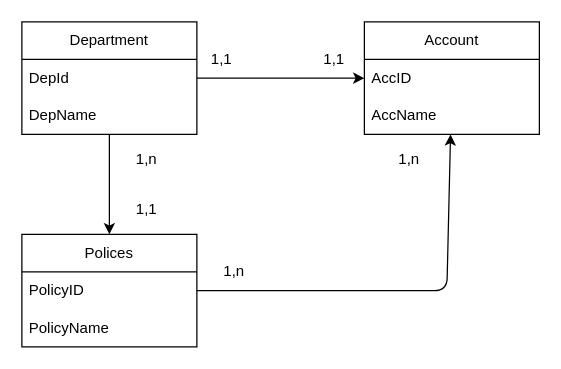
Above: page "Merise Scheme" (3 of 3) of Diagrams/DB_DiagramFlow.dio in AllGamers20/Intranet (draw.io), before the change. Source tidied: cells renumbered, new cells numbered last; positions are measured from the earlier drawing's top-left corner, leaving out a move shared by most shapes. Both pictures are drawn from the tidied source at 125%, with x=0, y=0 at pixel (21, 21).
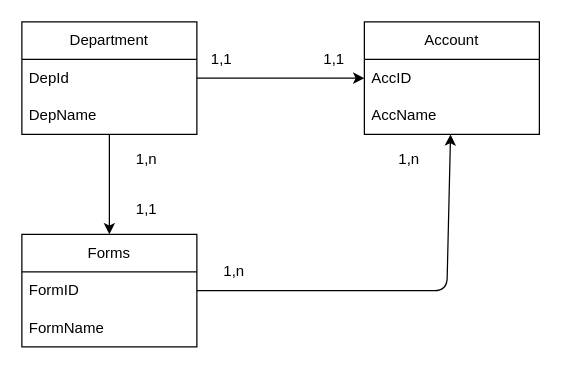
Above is the later version.

Commit message (it also covers changes not shown here):
update table polices to forms

The edit, as a diff of the source:
```diff
@@
-    <mxCell id="13" value="Polices" style="swimlane;fontStyle=0;horizontal=1;startSize=30;whiteSpace=wrap;html=1;" parent="1" vertex="1">
+    <mxCell id="13" value="Forms" style="swimlane;fontStyle=0;horizontal=1;startSize=30;whiteSpace=wrap;html=1;" parent="1" vertex="1">
       <mxGeometry y="170" width="140" height="90" as="geometry" />
     </mxCell>
-    <mxCell id="14" value="PolicyID" style="text;strokeColor=none;fillColor=none;align=left;verticalAlign=middle;spacingLeft=4;spacingRight=4;overflow=hidden;whiteSpace=wrap;html=1;" parent="13" vertex="1">
+    <mxCell id="14" value="FormID" style="text;strokeColor=none;fillColor=none;align=left;verticalAlign=middle;spacingLeft=4;spacingRight=4;overflow=hidden;whiteSpace=wrap;html=1;" parent="13" vertex="1">
       <mxGeometry y="30" width="140" height="30" as="geometry" />
     </mxCell>
-    <mxCell id="15" value="PolicyName" style="text;strokeColor=none;fillColor=none;align=left;verticalAlign=middle;spacingLeft=4;spacingRight=4;overflow=hidden;whiteSpace=wrap;html=1;" parent="13" vertex="1">
+    <mxCell id="15" value="FormName" style="text;strokeColor=none;fillColor=none;align=left;verticalAlign=middle;spacingLeft=4;spacingRight=4;overflow=hidden;whiteSpace=wrap;html=1;" parent="13" vertex="1">
       <mxGeometry y="60" width="140" height="30" as="geometry" />
     </mxCell>
```
